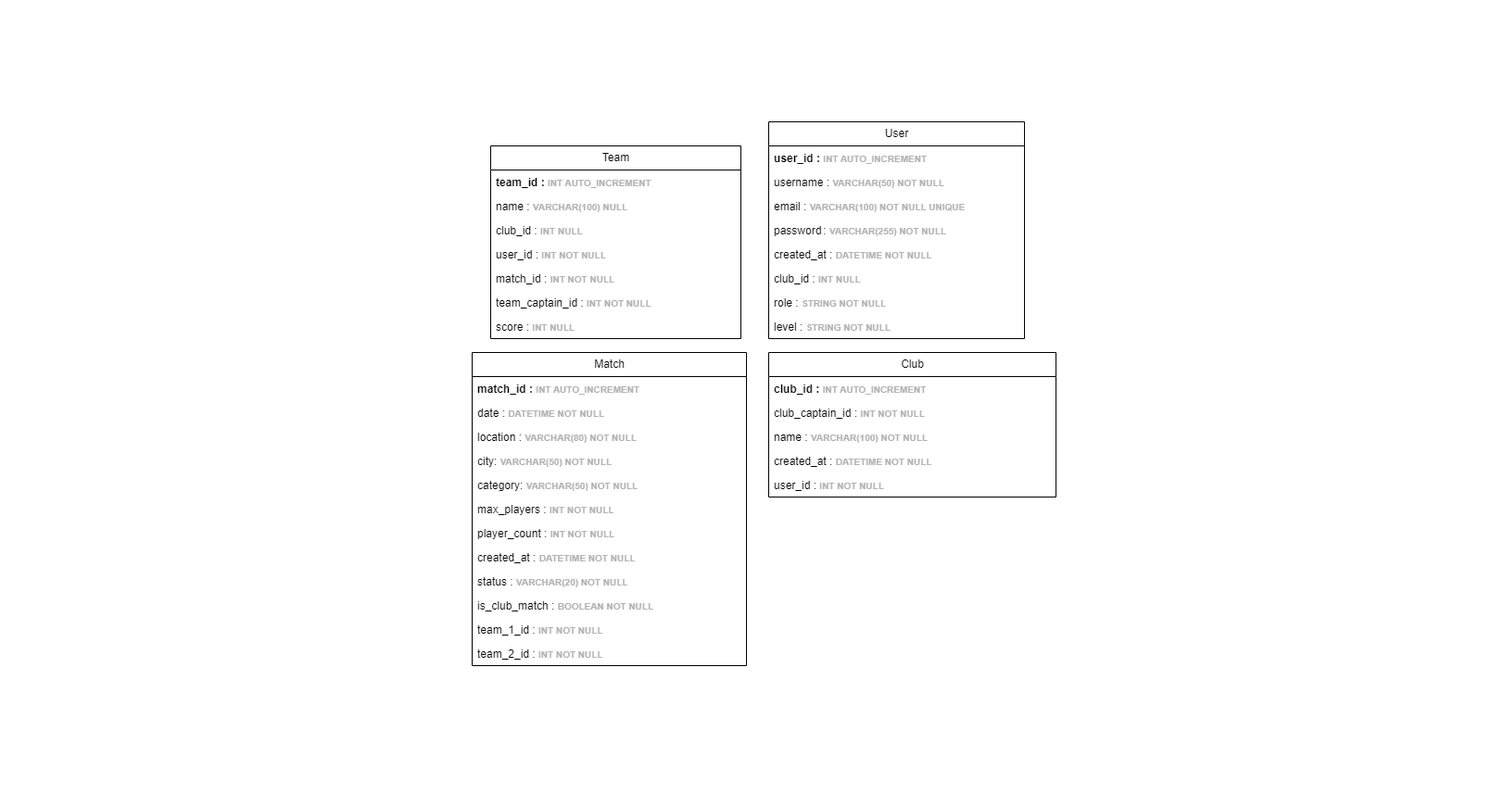
Earlier version of the draw.io export MPD.drawio.png (Mathistrg/Styx). Source tidied: cells renumbered, new cells last; positions are measured from the earlier drawing's top-left corner, leaving out a move shared by most shapes.
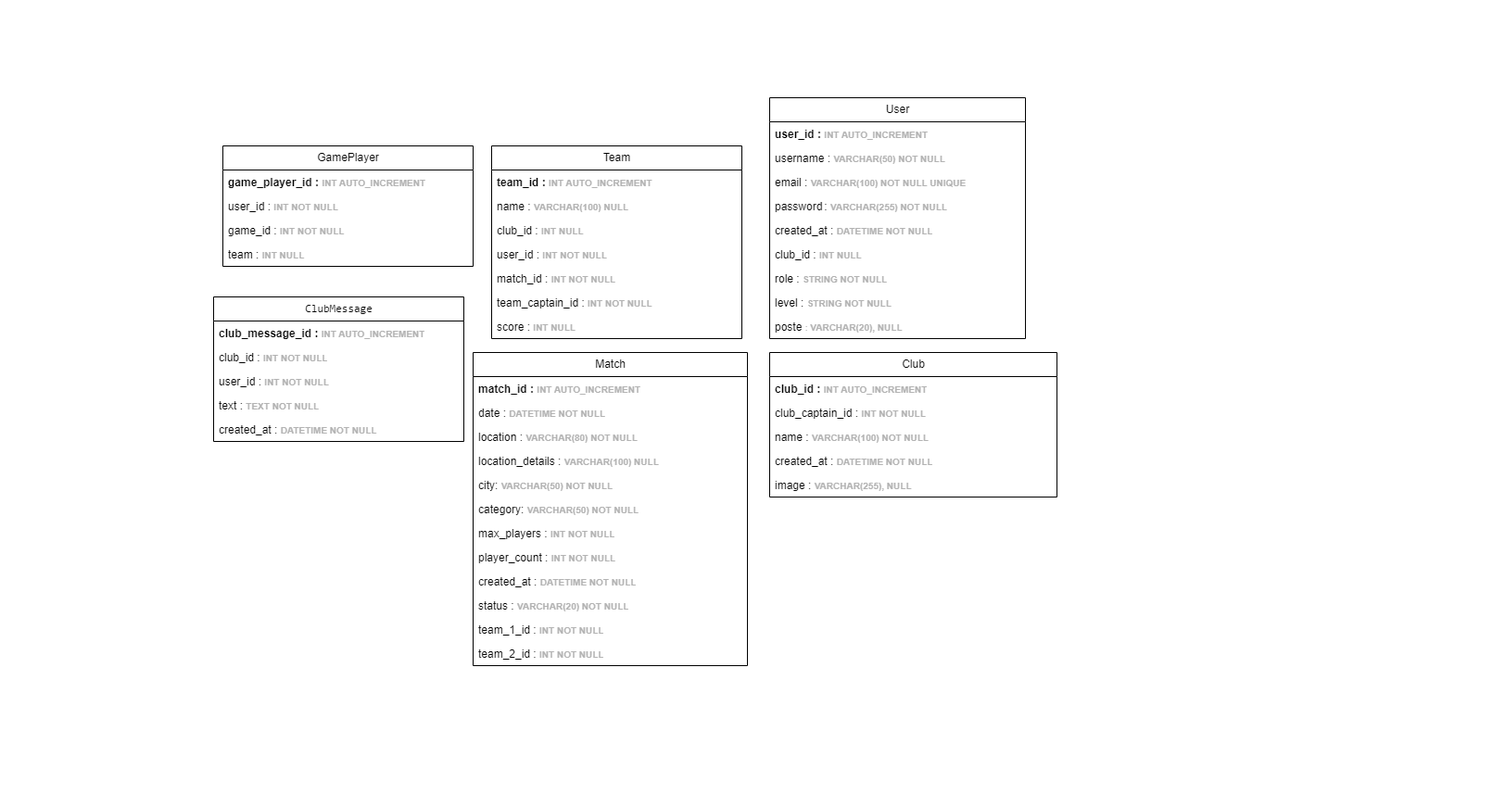
The same diagram one commit later.

Commit message:
Mettre à jour MPD.drawio.png

Change to the diagram source:
```diff
@@ -6,7 +6,7 @@
       <mxGeometry width="1610" height="870" as="geometry" />
     </mxCell>
     <mxCell id="3" value="User" style="swimlane;fontStyle=0;horizontal=1;startSize=26;fillColor=none;html=1;" parent="1" vertex="1">
-      <mxGeometry x="830" y="131" width="276" height="234" as="geometry" />
+      <mxGeometry x="830" y="105" width="276" height="260" as="geometry" />
     </mxCell>
     <mxCell id="4" value="&lt;b&gt;user_id :&amp;nbsp;&lt;font style=&quot;font-size: 10px; color: rgb(179, 179, 179);&quot;&gt;INT AUTO_INCREMENT&lt;/font&gt;&lt;/b&gt;" style="text;strokeColor=none;fillColor=none;align=left;verticalAlign=top;spacingLeft=4;spacingRight=4;overflow=hidden;whiteSpace=wrap;html=1;" parent="3" vertex="1">
       <mxGeometry y="26" width="276" height="26" as="geometry" />
@@ -32,6 +32,9 @@
     <mxCell id="11" value="level : &lt;font color=&quot;#b3b3b3&quot;&gt;&lt;span style=&quot;font-size: 10px;&quot;&gt;&lt;b&gt;STRING NOT NULL&lt;/b&gt;&lt;/span&gt;&lt;/font&gt;" style="text;strokeColor=none;fillColor=none;align=left;verticalAlign=top;spacingLeft=4;spacingRight=4;overflow=hidden;whiteSpace=wrap;html=1;" parent="3" vertex="1">
       <mxGeometry y="208" width="276" height="26" as="geometry" />
     </mxCell>
+    <mxCell id="39" value="&lt;font style=&quot;color: rgb(0, 0, 0);&quot;&gt;poste &lt;/font&gt;&lt;font style=&quot;font-size: 10px; color: rgb(179, 179, 179);&quot;&gt;: &lt;b&gt;VARCHAR(20), NULL&lt;/b&gt;&lt;/font&gt;" style="text;strokeColor=none;fillColor=none;align=left;verticalAlign=top;spacingLeft=4;spacingRight=4;overflow=hidden;whiteSpace=wrap;html=1;" parent="3" vertex="1">
+      <mxGeometry y="234" width="276" height="26" as="geometry" />
+    </mxCell>
     <mxCell id="12" value="Match" style="swimlane;fontStyle=0;horizontal=1;startSize=26;fillColor=none;html=1;" parent="1" vertex="1">
       <mxGeometry x="510" y="380" width="296" height="338" as="geometry" />
     </mxCell>
@@ -44,27 +47,27 @@
     <mxCell id="15" value="location :&amp;nbsp;&lt;b style=&quot;color: rgb(179, 179, 179); font-size: 10px;&quot;&gt;VARCHAR(80) NOT NULL&lt;/b&gt;" style="text;strokeColor=none;fillColor=none;align=left;verticalAlign=top;spacingLeft=4;spacingRight=4;overflow=hidden;whiteSpace=wrap;html=1;" parent="12" vertex="1">
       <mxGeometry y="78" width="296" height="26" as="geometry" />
     </mxCell>
+    <mxCell id="40" value="location_details :&amp;nbsp;&lt;b style=&quot;color: rgb(179, 179, 179); font-size: 10px;&quot;&gt;VARCHAR(100) NULL&lt;/b&gt;" style="text;strokeColor=none;fillColor=none;align=left;verticalAlign=top;spacingLeft=4;spacingRight=4;overflow=hidden;whiteSpace=wrap;html=1;" parent="12" vertex="1">
+      <mxGeometry y="104" width="296" height="26" as="geometry" />
+    </mxCell>
     <mxCell id="16" value="city:&amp;nbsp;&lt;b style=&quot;color: rgb(179, 179, 179); font-size: 10px;&quot;&gt;VARCHAR(50) NOT NULL&lt;/b&gt;" style="text;strokeColor=none;fillColor=none;align=left;verticalAlign=top;spacingLeft=4;spacingRight=4;overflow=hidden;whiteSpace=wrap;html=1;" parent="12" vertex="1">
-      <mxGeometry y="104" width="296" height="26" as="geometry" />
+      <mxGeometry y="130" width="296" height="26" as="geometry" />
     </mxCell>
     <mxCell id="17" value="category:&amp;nbsp;&lt;b style=&quot;color: rgb(179, 179, 179); font-size: 10px;&quot;&gt;VARCHAR(50) NOT NULL&lt;/b&gt;" style="text;strokeColor=none;fillColor=none;align=left;verticalAlign=top;spacingLeft=4;spacingRight=4;overflow=hidden;whiteSpace=wrap;html=1;" parent="12" vertex="1">
-      <mxGeometry y="130" width="296" height="26" as="geometry" />
+      <mxGeometry y="156" width="296" height="26" as="geometry" />
     </mxCell>
     <mxCell id="18" value="max_players :&amp;nbsp;&lt;b style=&quot;color: rgb(179, 179, 179); font-size: 10px;&quot;&gt;INT NOT NULL&lt;/b&gt;" style="text;strokeColor=none;fillColor=none;align=left;verticalAlign=top;spacingLeft=4;spacingRight=4;overflow=hidden;whiteSpace=wrap;html=1;" parent="12" vertex="1">
-      <mxGeometry y="156" width="296" height="26" as="geometry" />
+      <mxGeometry y="182" width="296" height="26" as="geometry" />
     </mxCell>
     <mxCell id="19" value="player_count :&amp;nbsp;&lt;b style=&quot;color: rgb(179, 179, 179); font-size: 10px;&quot;&gt;INT NOT NULL&lt;/b&gt;" style="text;strokeColor=none;fillColor=none;align=left;verticalAlign=top;spacingLeft=4;spacingRight=4;overflow=hidden;whiteSpace=wrap;html=1;" parent="12" vertex="1">
-      <mxGeometry y="182" width="296" height="26" as="geometry" />
+      <mxGeometry y="208" width="296" height="26" as="geometry" />
     </mxCell>
     <mxCell id="20" value="created_at :&amp;nbsp;&lt;b style=&quot;color: rgb(179, 179, 179); font-size: 10px;&quot;&gt;DATETIME NOT NULL&lt;/b&gt;" style="text;strokeColor=none;fillColor=none;align=left;verticalAlign=top;spacingLeft=4;spacingRight=4;overflow=hidden;whiteSpace=wrap;html=1;" parent="12" vertex="1">
-      <mxGeometry y="208" width="296" height="26" as="geometry" />
+      <mxGeometry y="234" width="296" height="26" as="geometry" />
     </mxCell>
     <mxCell id="21" value="status :&amp;nbsp;&lt;b style=&quot;color: rgb(179, 179, 179); font-size: 10px;&quot;&gt;VARCHAR(20) NOT NULL&lt;/b&gt;" style="text;strokeColor=none;fillColor=none;align=left;verticalAlign=top;spacingLeft=4;spacingRight=4;overflow=hidden;whiteSpace=wrap;html=1;" parent="12" vertex="1">
-      <mxGeometry y="234" width="296" height="26" as="geometry" />
+      <mxGeometry y="260" width="296" height="26" as="geometry" />
     </mxCell>
-    <mxCell id="22" value="is_club_match :&amp;nbsp;&lt;b style=&quot;color: rgb(179, 179, 179); font-size: 10px;&quot;&gt;BOOLEAN NOT NULL&lt;/b&gt;&lt;span style=&quot;white-space: pre;&quot;&gt;&#9;&lt;/span&gt;&lt;span style=&quot;white-space: pre;&quot;&gt;&#9;&lt;/span&gt;&lt;span style=&quot;white-space: pre;&quot;&gt;&#9;&lt;/span&gt;" style="text;strokeColor=none;fillColor=none;align=left;verticalAlign=top;spacingLeft=4;spacingRight=4;overflow=hidden;whiteSpace=wrap;html=1;" parent="12" vertex="1">
-      <mxGeometry y="260" width="296" height="26" as="geometry" />
-    </mxCell>
     <mxCell id="23" value="team_1_id : &lt;b style=&quot;color: rgb(179, 179, 179); font-size: 10px;&quot;&gt;INT NOT NULL&lt;/b&gt;" style="text;strokeColor=none;fillColor=none;align=left;verticalAlign=top;spacingLeft=4;spacingRight=4;overflow=hidden;whiteSpace=wrap;html=1;" parent="12" vertex="1">
       <mxGeometry y="286" width="296" height="26" as="geometry" />
     </mxCell>
@@ -86,9 +89,9 @@
     <mxCell id="29" value="created_at :&amp;nbsp;&lt;b style=&quot;color: rgb(179, 179, 179); font-size: 10px;&quot;&gt;DATETIME NOT NULL&lt;/b&gt;" style="text;strokeColor=none;fillColor=none;align=left;verticalAlign=top;spacingLeft=4;spacingRight=4;overflow=hidden;whiteSpace=wrap;html=1;" parent="25" vertex="1">
       <mxGeometry y="104" width="310" height="26" as="geometry" />
     </mxCell>
-    <mxCell id="30" value="user_id : &lt;b style=&quot;color: rgb(179, 179, 179); font-size: 10px;&quot;&gt;INT NOT NULL&lt;/b&gt;" style="text;strokeColor=none;fillColor=none;align=left;verticalAlign=top;spacingLeft=4;spacingRight=4;overflow=hidden;whiteSpace=wrap;html=1;" parent="25" vertex="1">
-      <mxGeometry y="130" width="310" height="26" as="geometry" />
-    </mxCell>
+    <mxCell id="41" value="image :&amp;nbsp;&lt;b style=&quot;color: rgb(179, 179, 179); font-size: 10px;&quot;&gt;VARCHAR(255), NULL&lt;/b&gt;" style="text;strokeColor=none;fillColor=none;align=left;verticalAlign=top;spacingLeft=4;spacingRight=4;overflow=hidden;whiteSpace=wrap;html=1;" parent="25" vertex="1">
+      <mxGeometry y="130" width="310" height="26" as="geometry" />
+    </mxCell>
     <mxCell id="31" value="Team" style="swimlane;fontStyle=0;horizontal=1;startSize=26;fillColor=none;html=1;" parent="1" vertex="1">
       <mxGeometry x="530" y="157" width="270" height="208" as="geometry" />
     </mxCell>
@@ -113,5 +116,38 @@
     <mxCell id="38" value="score :&amp;nbsp;&lt;b style=&quot;color: rgb(179, 179, 179); font-size: 10px;&quot;&gt;INT NULL&lt;/b&gt;" style="text;strokeColor=none;fillColor=none;align=left;verticalAlign=top;spacingLeft=4;spacingRight=4;overflow=hidden;whiteSpace=wrap;html=1;" parent="31" vertex="1">
       <mxGeometry y="182" width="270" height="26" as="geometry" />
     </mxCell>
+    <mxCell id="42" value="GamePlayer" style="swimlane;fontStyle=0;horizontal=1;startSize=26;fillColor=none;html=1;" parent="1" vertex="1">
+      <mxGeometry x="240" y="157" width="270" height="130" as="geometry" />
+    </mxCell>
+    <mxCell id="43" value="&lt;b&gt;game_player_id&amp;nbsp;: &lt;/b&gt;&lt;b style=&quot;color: rgb(179, 179, 179); font-size: 10px;&quot;&gt;INT AUTO_INCREMENT&lt;/b&gt;" style="text;strokeColor=none;fillColor=none;align=left;verticalAlign=top;spacingLeft=4;spacingRight=4;overflow=hidden;whiteSpace=wrap;html=1;" parent="42" vertex="1">
+      <mxGeometry y="26" width="270" height="26" as="geometry" />
+    </mxCell>
+    <mxCell id="44" value="user_id :&amp;nbsp;&lt;b style=&quot;color: rgb(179, 179, 179); font-size: 10px;&quot;&gt;INT NOT NULL&lt;/b&gt;" style="text;strokeColor=none;fillColor=none;align=left;verticalAlign=top;spacingLeft=4;spacingRight=4;overflow=hidden;whiteSpace=wrap;html=1;" parent="42" vertex="1">
+      <mxGeometry y="52" width="270" height="26" as="geometry" />
+    </mxCell>
+    <mxCell id="45" value="game_id :&amp;nbsp;&lt;b style=&quot;color: rgb(179, 179, 179); font-size: 10px;&quot;&gt;INT NOT NULL&lt;span style=&quot;white-space: pre;&quot;&gt;&#9;&lt;/span&gt;&lt;/b&gt;" style="text;strokeColor=none;fillColor=none;align=left;verticalAlign=top;spacingLeft=4;spacingRight=4;overflow=hidden;whiteSpace=wrap;html=1;" parent="42" vertex="1">
+      <mxGeometry y="78" width="270" height="26" as="geometry" />
+    </mxCell>
+    <mxCell id="46" value="team :&amp;nbsp;&lt;b style=&quot;color: rgb(179, 179, 179); font-size: 10px;&quot;&gt;INT NULL&lt;span style=&quot;white-space: pre;&quot;&gt;&#9;&lt;/span&gt;&lt;/b&gt;" style="text;strokeColor=none;fillColor=none;align=left;verticalAlign=top;spacingLeft=4;spacingRight=4;overflow=hidden;whiteSpace=wrap;html=1;" parent="42" vertex="1">
+      <mxGeometry y="104" width="270" height="26" as="geometry" />
+    </mxCell>
+    <mxCell id="47" value="&lt;code&gt;ClubMessage&lt;/code&gt;" style="swimlane;fontStyle=0;horizontal=1;startSize=26;fillColor=none;html=1;" parent="1" vertex="1">
+      <mxGeometry x="230" y="320" width="270" height="156" as="geometry" />
+    </mxCell>
+    <mxCell id="48" value="&lt;b&gt;club_message_id :&amp;nbsp;&lt;/b&gt;&lt;b style=&quot;color: rgb(179, 179, 179); font-size: 10px;&quot;&gt;INT AUTO_INCREMENT&lt;/b&gt;" style="text;strokeColor=none;fillColor=none;align=left;verticalAlign=top;spacingLeft=4;spacingRight=4;overflow=hidden;whiteSpace=wrap;html=1;" parent="47" vertex="1">
+      <mxGeometry y="26" width="270" height="26" as="geometry" />
+    </mxCell>
+    <mxCell id="49" value="club_id :&amp;nbsp;&lt;b style=&quot;color: rgb(179, 179, 179); font-size: 10px;&quot;&gt;INT NOT NULL&lt;/b&gt;" style="text;strokeColor=none;fillColor=none;align=left;verticalAlign=top;spacingLeft=4;spacingRight=4;overflow=hidden;whiteSpace=wrap;html=1;" parent="47" vertex="1">
+      <mxGeometry y="52" width="270" height="26" as="geometry" />
+    </mxCell>
+    <mxCell id="50" value="user_id :&amp;nbsp;&lt;b style=&quot;color: rgb(179, 179, 179); font-size: 10px;&quot;&gt;INT NOT NULL&lt;span style=&quot;white-space: pre;&quot;&gt;&#9;&lt;/span&gt;&lt;/b&gt;" style="text;strokeColor=none;fillColor=none;align=left;verticalAlign=top;spacingLeft=4;spacingRight=4;overflow=hidden;whiteSpace=wrap;html=1;" parent="47" vertex="1">
+      <mxGeometry y="78" width="270" height="26" as="geometry" />
+    </mxCell>
+    <mxCell id="51" value="text :&amp;nbsp;&lt;b style=&quot;color: rgb(179, 179, 179); font-size: 10px;&quot;&gt;TEXT NOT NULL&lt;span style=&quot;white-space: pre;&quot;&gt;&#9;&lt;/span&gt;&lt;/b&gt;" style="text;strokeColor=none;fillColor=none;align=left;verticalAlign=top;spacingLeft=4;spacingRight=4;overflow=hidden;whiteSpace=wrap;html=1;" parent="47" vertex="1">
+      <mxGeometry y="104" width="270" height="26" as="geometry" />
+    </mxCell>
+    <mxCell id="52" value="created_at :&amp;nbsp;&lt;b style=&quot;color: rgb(179, 179, 179); font-size: 10px;&quot;&gt;DATETIME NOT NULL&lt;span style=&quot;white-space: pre;&quot;&gt;&#9;&lt;/span&gt;&lt;/b&gt;" style="text;strokeColor=none;fillColor=none;align=left;verticalAlign=top;spacingLeft=4;spacingRight=4;overflow=hidden;whiteSpace=wrap;html=1;" parent="47" vertex="1">
+      <mxGeometry y="130" width="270" height="26" as="geometry" />
+    </mxCell>
   </root>
 </mxGraphModel>
```
